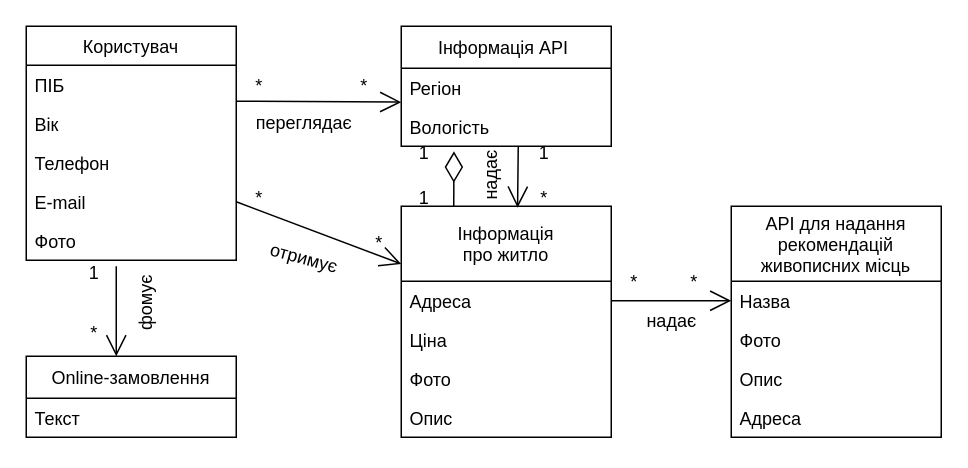
Before: 2-SoftwareDesign/2.1-UMLConceptClasses/UML-ConceptClasses.drawio in oleksandrblazhko/ai202-nezhivih, a draw.io diagram. Source tidied: cells renumbered, new cells numbered last; positions are measured from the earlier drawing's top-left corner, leaving out a move shared by most shapes. Both pictures are drawn from the tidied source at 150%, with x=0, y=0 at pixel (26, 26).
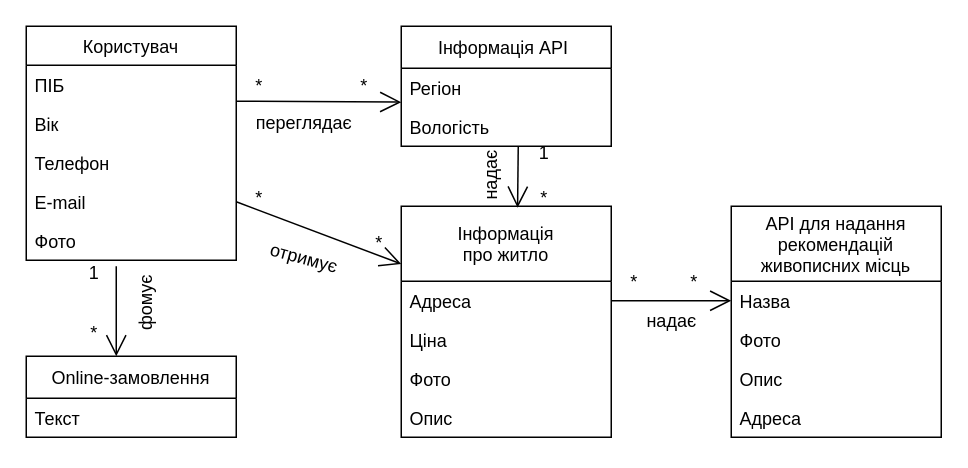
The same page after the edit.

The change refers to these unchanged cells:
```xml
<mxCell id="16" value="Вологість" style="text;strokeColor=none;fillColor=none;align=left;verticalAlign=top;spacingLeft=4;spacingRight=4;overflow=hidden;points=[[0,0.5],[1,0.5]];portConstraint=eastwest;" parent="14" vertex="1">
  <mxGeometry y="54" width="140" height="26" as="geometry" />
</mxCell>
<mxCell id="17" value="Інформація &#10;про житло" style="swimlane;fontStyle=0;horizontal=1;startSize=50;fillColor=none;" parent="1" vertex="1">
  <mxGeometry x="250" y="120" width="140" height="154" as="geometry" />
</mxCell>
```

Change to the diagram source:
```diff
@@
-    <mxCell id="2" style="endArrow=none;html=1;endSize=12;startArrow=diamondThin;startSize=18;startFill=0;entryX=0.25;entryY=0;entryDx=0;entryDy=0;exitX=0.251;exitY=1.131;exitDx=0;exitDy=0;exitPerimeter=0;" parent="1" edge="1" source="16" target="17">
-      <mxGeometry relative="1" as="geometry" />
-    </mxCell>
@@
-    <mxCell id="24" value="1" style="text;html=1;align=center;verticalAlign=middle;strokeColor=none;fillColor=none;" parent="1" vertex="1">
-      <mxGeometry x="250" y="100" width="30" height="30" as="geometry" />
-    </mxCell>
-    <mxCell id="25" value="1" style="text;html=1;align=center;verticalAlign=middle;strokeColor=none;fillColor=none;" parent="1" vertex="1">
-      <mxGeometry x="250" y="70" width="30" height="30" as="geometry" />
-    </mxCell>
```
